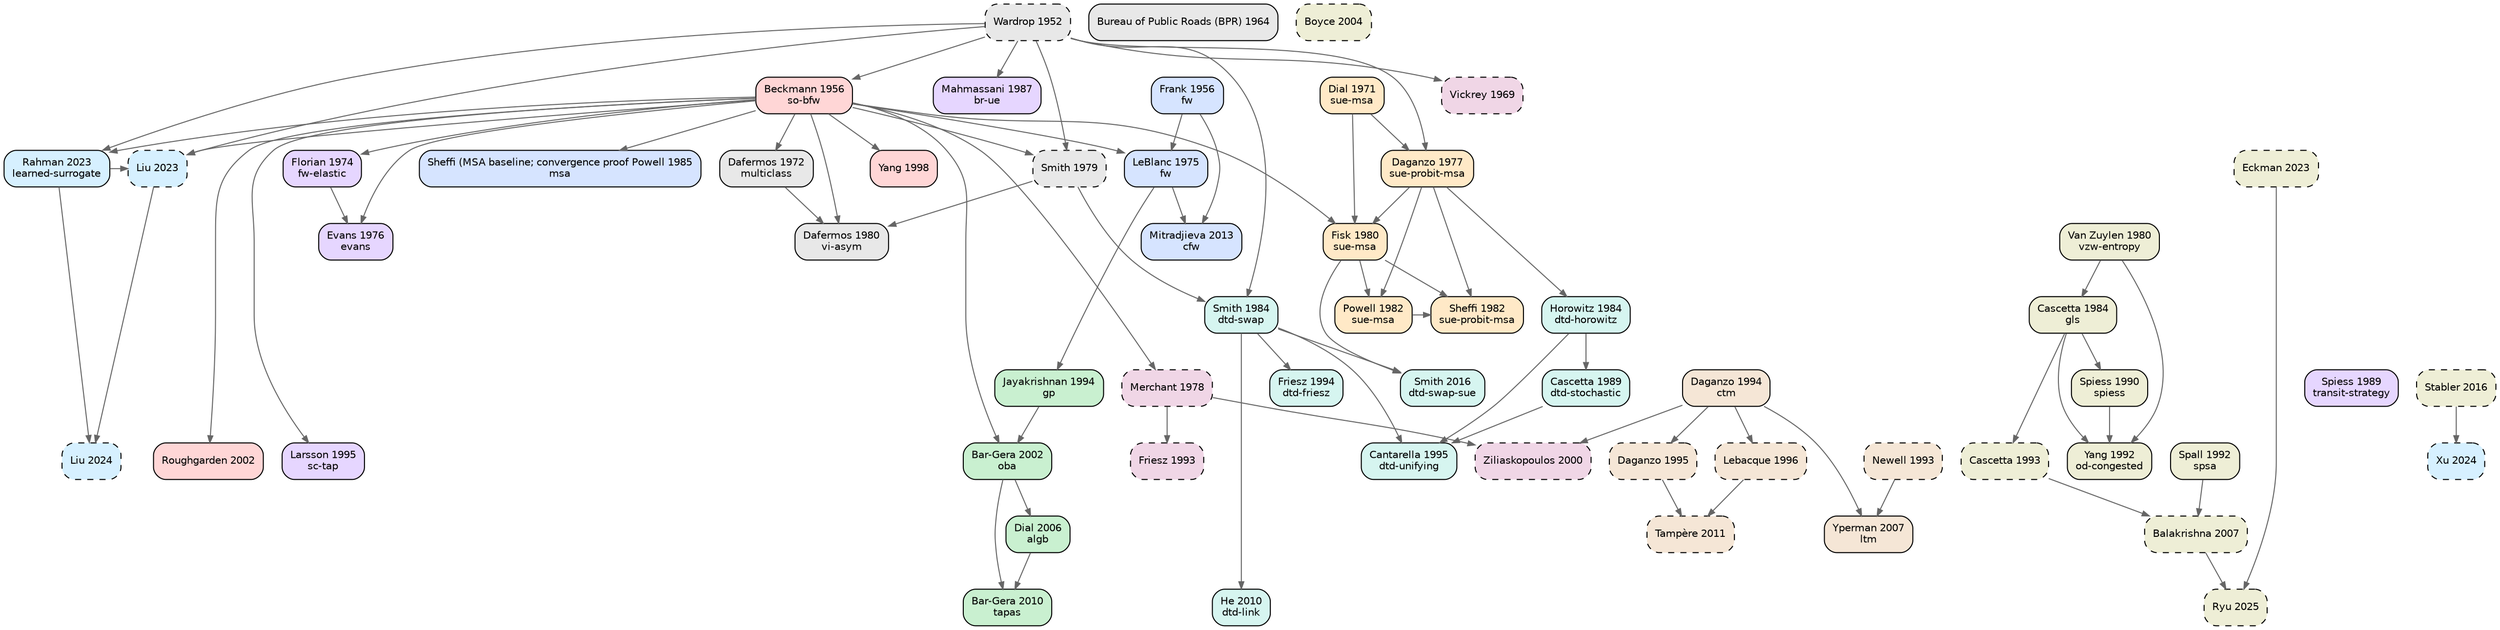
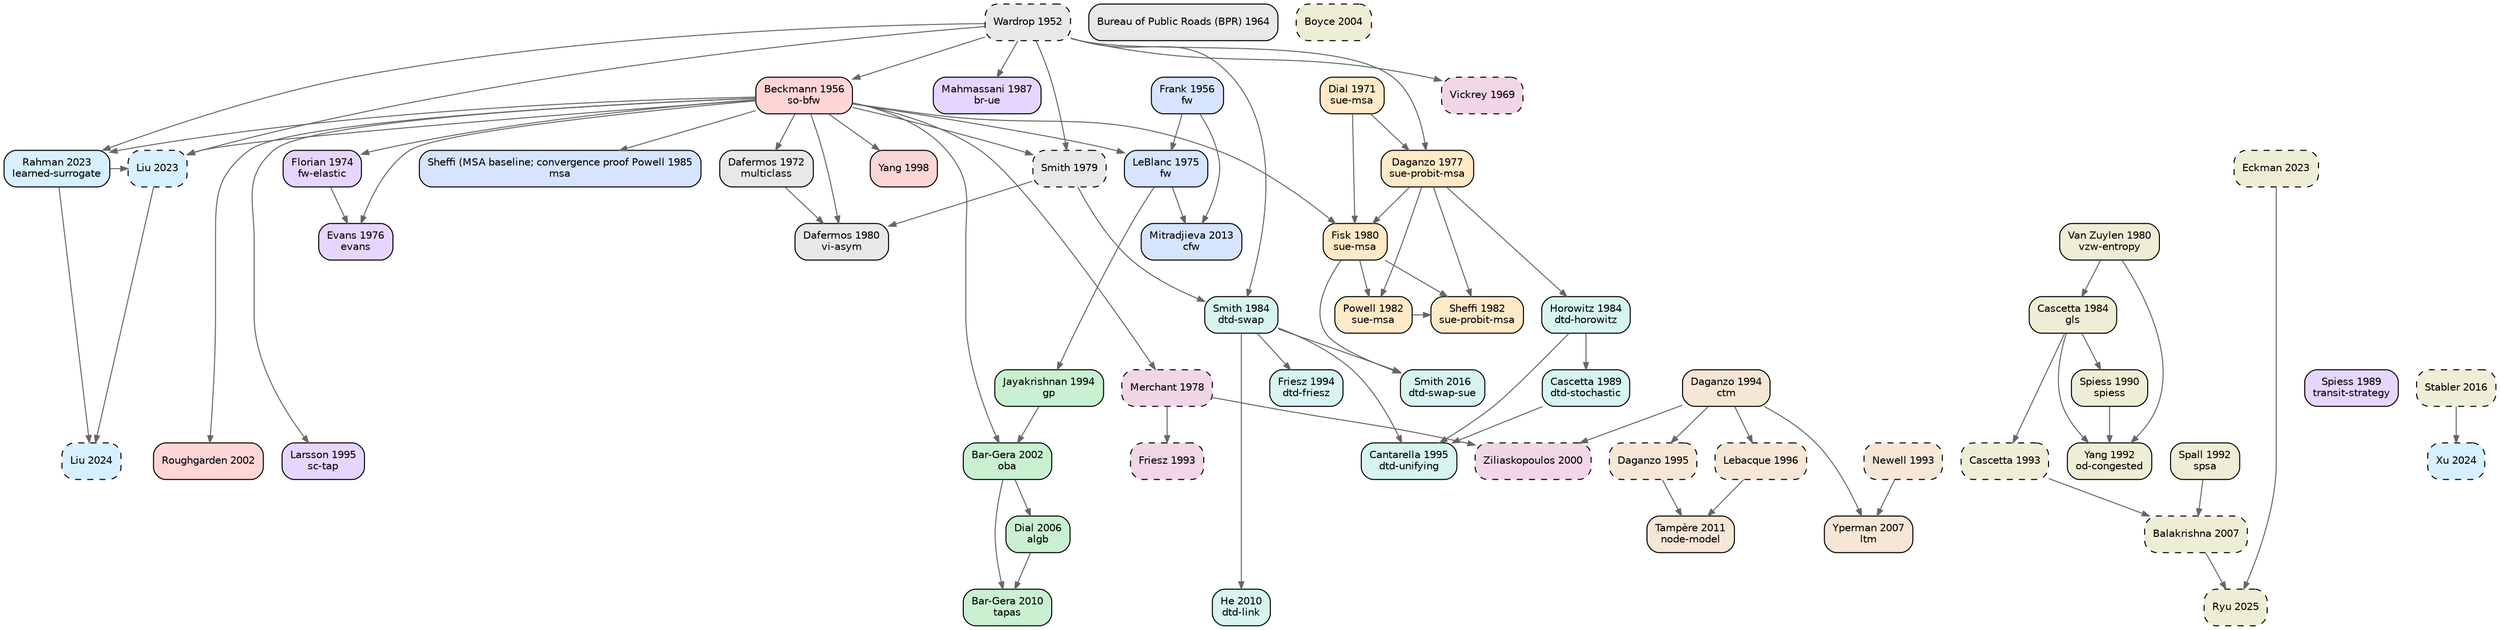
digraph TA_evolution {
  rankdir=TB; node [shape=box,style="rounded,filled",fontname="Helvetica",fontsize=10];
  edge [color="#666666",arrowsize=0.7];
  { rank=same; "wardrop1952some" }
  { rank=same; "frank1956algorithm" "beckmann1956studies" }
  { rank=same; "bpr1964traffic" }
  { rank=same; "vickrey1969congestion" }
  { rank=same; "dial1971probabilistic" }
  { rank=same; "dafermos1972traffic" }
  { rank=same; "florian1974method" }
  { rank=same; "leblanc1975efficient" }
  { rank=same; "evans1976derivation" }
  { rank=same; "daganzo1977stochastic" }
  { rank=same; "merchant1978model" }
  { rank=same; "smith1979existence" }
  { rank=same; "dafermos1980traffic" "fisk1980some" "vanzuylen1980most" }
  { rank=same; "powell1982convergence" "sheffi1982algorithm" }
  { rank=same; "horowitz1984stability" "smith1984stability" "cascetta1984estimation" }
  { rank=same; "sheffi1985urban" }
  { rank=same; "mahmassani1987on" }
  { rank=same; "spiess1989optimal" "cascetta1989stochastic" }
  { rank=same; "spiess1990gradient" }
  { rank=same; "spall1992multivariate" "yang1992estimation" }
  { rank=same; "newell1993simplified" "friesz1993variational" "cascetta1993dynamic" }
  { rank=same; "jayakrishnan1994faster" "friesz1994daytoday" "daganzo1994cell" }
  { rank=same; "larsson1995augmented" "cantarella1995dynamic" "daganzo1995cell" }
  { rank=same; "lebacque1996godunov" }
  { rank=same; "yang1998principle" }
  { rank=same; "ziliaskopoulos2000linear" }
  { rank=same; "bargera2002origin" "roughgarden2002how" }
  { rank=same; "boyce2004convergence" }
  { rank=same; "dial2006path" }
  { rank=same; "yperman2007link" "balakrishna2007offline" }
  { rank=same; "bargera2010traffic" "he2010linkbased" }
  { rank=same; "tampere2011generic" }
  { rank=same; "mitradjieva2013stiff" }
  { rank=same; "smith2016routeswapping" "stabler2016transportation" }
  { rank=same; "liu2023end" "rahman2023data" "eckman2023simopt" }
  { rank=same; "liu2024end" "xu2024unified" }
  { rank=same; "ryu2025bo4mob" }
  "wardrop1952some" [label="Wardrop 1952\n",fillcolor="#e8e8e8",style="rounded,filled,dashed"];
  "bpr1964traffic" [label="Bureau of Public Roads (BPR) 1964\n",fillcolor="#e8e8e8",style="rounded,filled"];
  "dafermos1972traffic" [label="Dafermos 1972\nmulticlass",fillcolor="#e8e8e8",style="rounded,filled"];
  "smith1979existence" [label="Smith 1979\n",fillcolor="#e8e8e8",style="rounded,filled,dashed"];
  "dafermos1980traffic" [label="Dafermos 1980\nvi-asym",fillcolor="#e8e8e8",style="rounded,filled"];
  "frank1956algorithm" [label="Frank 1956\nfw",fillcolor="#d6e4ff",style="rounded,filled"];
  "leblanc1975efficient" [label="LeBlanc 1975\nfw",fillcolor="#d6e4ff",style="rounded,filled"];
  "sheffi1985urban" [label="Sheffi (MSA baseline; convergence proof Powell 1985\nmsa",fillcolor="#d6e4ff",style="rounded,filled"];
  "mitradjieva2013stiff" [label="Mitradjieva 2013\ncfw",fillcolor="#d6e4ff",style="rounded,filled"];
  "jayakrishnan1994faster" [label="Jayakrishnan 1994\ngp",fillcolor="#c9f0d0",style="rounded,filled"];
  "bargera2002origin" [label="Bar-Gera 2002\noba",fillcolor="#c9f0d0",style="rounded,filled"];
  "dial2006path" [label="Dial 2006\nalgb",fillcolor="#c9f0d0",style="rounded,filled"];
  "bargera2010traffic" [label="Bar-Gera 2010\ntapas",fillcolor="#c9f0d0",style="rounded,filled"];
  "dial1971probabilistic" [label="Dial 1971\nsue-msa",fillcolor="#ffe9c7",style="rounded,filled"];
  "daganzo1977stochastic" [label="Daganzo 1977\nsue-probit-msa",fillcolor="#ffe9c7",style="rounded,filled"];
  "fisk1980some" [label="Fisk 1980\nsue-msa",fillcolor="#ffe9c7",style="rounded,filled"];
  "powell1982convergence" [label="Powell 1982\nsue-msa",fillcolor="#ffe9c7",style="rounded,filled"];
  "sheffi1982algorithm" [label="Sheffi 1982\nsue-probit-msa",fillcolor="#ffe9c7",style="rounded,filled"];
  "beckmann1956studies" [label="Beckmann 1956\nso-bfw",fillcolor="#ffd6d6",style="rounded,filled"];
  "yang1998principle" [label="Yang 1998\n",fillcolor="#ffd6d6",style="rounded,filled"];
  "roughgarden2002how" [label="Roughgarden 2002\n",fillcolor="#ffd6d6",style="rounded,filled"];
  "florian1974method" [label="Florian 1974\nfw-elastic",fillcolor="#e6d6ff",style="rounded,filled"];
  "evans1976derivation" [label="Evans 1976\nevans",fillcolor="#e6d6ff",style="rounded,filled"];
  "mahmassani1987on" [label="Mahmassani 1987\nbr-ue",fillcolor="#e6d6ff",style="rounded,filled"];
  "spiess1989optimal" [label="Spiess 1989\ntransit-strategy",fillcolor="#e6d6ff",style="rounded,filled"];
  "larsson1995augmented" [label="Larsson 1995\nsc-tap",fillcolor="#e6d6ff",style="rounded,filled"];
  "horowitz1984stability" [label="Horowitz 1984\ndtd-horowitz",fillcolor="#d6f5f0",style="rounded,filled"];
  "smith1984stability" [label="Smith 1984\ndtd-swap",fillcolor="#d6f5f0",style="rounded,filled"];
  "cascetta1989stochastic" [label="Cascetta 1989\ndtd-stochastic",fillcolor="#d6f5f0",style="rounded,filled"];
  "friesz1994daytoday" [label="Friesz 1994\ndtd-friesz",fillcolor="#d6f5f0",style="rounded,filled"];
  "cantarella1995dynamic" [label="Cantarella 1995\ndtd-unifying",fillcolor="#d6f5f0",style="rounded,filled"];
  "he2010linkbased" [label="He 2010\ndtd-link",fillcolor="#d6f5f0",style="rounded,filled"];
  "smith2016routeswapping" [label="Smith 2016\ndtd-swap-sue",fillcolor="#d6f5f0",style="rounded,filled"];
  "newell1993simplified" [label="Newell 1993\n",fillcolor="#f5e6d6",style="rounded,filled,dashed"];
  "daganzo1994cell" [label="Daganzo 1994\nctm",fillcolor="#f5e6d6",style="rounded,filled"];
  "daganzo1995cell" [label="Daganzo 1995\n",fillcolor="#f5e6d6",style="rounded,filled,dashed"];
  "lebacque1996godunov" [label="Lebacque 1996\n",fillcolor="#f5e6d6",style="rounded,filled,dashed"];
  "yperman2007link" [label="Yperman 2007\nltm",fillcolor="#f5e6d6",style="rounded,filled"];
-   "tampere2011generic" [label="Tampère 2011\n",fillcolor="#f5e6d6",style="rounded,filled,dashed"];
+   "tampere2011generic" [label="Tampère 2011\nnode-model",fillcolor="#f5e6d6",style="rounded,filled"];
  "vickrey1969congestion" [label="Vickrey 1969\n",fillcolor="#f0d6e6",style="rounded,filled,dashed"];
  "merchant1978model" [label="Merchant 1978\n",fillcolor="#f0d6e6",style="rounded,filled,dashed"];
  "friesz1993variational" [label="Friesz 1993\n",fillcolor="#f0d6e6",style="rounded,filled,dashed"];
  "ziliaskopoulos2000linear" [label="Ziliaskopoulos 2000\n",fillcolor="#f0d6e6",style="rounded,filled,dashed"];
  "liu2023end" [label="Liu 2023\n",fillcolor="#d6f0ff",style="rounded,filled,dashed"];
  "rahman2023data" [label="Rahman 2023\nlearned-surrogate",fillcolor="#d6f0ff",style="rounded,filled"];
  "liu2024end" [label="Liu 2024\n",fillcolor="#d6f0ff",style="rounded,filled,dashed"];
  "xu2024unified" [label="Xu 2024\n",fillcolor="#d6f0ff",style="rounded,filled,dashed"];
  "vanzuylen1980most" [label="Van Zuylen 1980\nvzw-entropy",fillcolor="#eeeed6",style="rounded,filled"];
  "cascetta1984estimation" [label="Cascetta 1984\ngls",fillcolor="#eeeed6",style="rounded,filled"];
  "spiess1990gradient" [label="Spiess 1990\nspiess",fillcolor="#eeeed6",style="rounded,filled"];
  "spall1992multivariate" [label="Spall 1992\nspsa",fillcolor="#eeeed6",style="rounded,filled"];
  "yang1992estimation" [label="Yang 1992\nod-congested",fillcolor="#eeeed6",style="rounded,filled"];
  "cascetta1993dynamic" [label="Cascetta 1993\n",fillcolor="#eeeed6",style="rounded,filled,dashed"];
  "boyce2004convergence" [label="Boyce 2004\n",fillcolor="#eeeed6",style="rounded,filled,dashed"];
  "balakrishna2007offline" [label="Balakrishna 2007\n",fillcolor="#eeeed6",style="rounded,filled,dashed"];
  "stabler2016transportation" [label="Stabler 2016\n",fillcolor="#eeeed6",style="rounded,filled,dashed"];
  "eckman2023simopt" [label="Eckman 2023\n",fillcolor="#eeeed6",style="rounded,filled,dashed"];
  "ryu2025bo4mob" [label="Ryu 2025\n",fillcolor="#eeeed6",style="rounded,filled,dashed"];
  "beckmann1956studies" -> "dafermos1972traffic";
  "wardrop1952some" -> "smith1979existence";
  "beckmann1956studies" -> "smith1979existence";
  "smith1979existence" -> "dafermos1980traffic";
  "beckmann1956studies" -> "dafermos1980traffic";
  "dafermos1972traffic" -> "dafermos1980traffic";
  "frank1956algorithm" -> "leblanc1975efficient";
  "beckmann1956studies" -> "leblanc1975efficient";
  "beckmann1956studies" -> "sheffi1985urban";
  "leblanc1975efficient" -> "mitradjieva2013stiff";
  "frank1956algorithm" -> "mitradjieva2013stiff";
  "leblanc1975efficient" -> "jayakrishnan1994faster";
  "jayakrishnan1994faster" -> "bargera2002origin";
  "beckmann1956studies" -> "bargera2002origin";
  "bargera2002origin" -> "dial2006path";
  "dial2006path" -> "bargera2010traffic";
  "bargera2002origin" -> "bargera2010traffic";
  "dial1971probabilistic" -> "daganzo1977stochastic";
  "wardrop1952some" -> "daganzo1977stochastic";
  "daganzo1977stochastic" -> "fisk1980some";
  "dial1971probabilistic" -> "fisk1980some";
  "beckmann1956studies" -> "fisk1980some";
  "fisk1980some" -> "powell1982convergence";
  "daganzo1977stochastic" -> "powell1982convergence";
  "daganzo1977stochastic" -> "sheffi1982algorithm";
  "powell1982convergence" -> "sheffi1982algorithm";
  "fisk1980some" -> "sheffi1982algorithm";
  "wardrop1952some" -> "beckmann1956studies";
  "beckmann1956studies" -> "yang1998principle";
  "beckmann1956studies" -> "roughgarden2002how";
  "beckmann1956studies" -> "florian1974method";
  "beckmann1956studies" -> "evans1976derivation";
  "florian1974method" -> "evans1976derivation";
  "wardrop1952some" -> "mahmassani1987on";
  "beckmann1956studies" -> "larsson1995augmented";
  "daganzo1977stochastic" -> "horowitz1984stability";
  "smith1979existence" -> "smith1984stability";
  "wardrop1952some" -> "smith1984stability";
  "horowitz1984stability" -> "cascetta1989stochastic";
  "smith1984stability" -> "friesz1994daytoday";
  "cascetta1989stochastic" -> "cantarella1995dynamic";
  "smith1984stability" -> "cantarella1995dynamic";
  "horowitz1984stability" -> "cantarella1995dynamic";
  "smith1984stability" -> "he2010linkbased";
  "smith1984stability" -> "smith2016routeswapping";
  "fisk1980some" -> "smith2016routeswapping";
  "daganzo1994cell" -> "daganzo1995cell";
  "daganzo1994cell" -> "lebacque1996godunov";
  "newell1993simplified" -> "yperman2007link";
  "daganzo1994cell" -> "yperman2007link";
  "daganzo1995cell" -> "tampere2011generic";
  "lebacque1996godunov" -> "tampere2011generic";
  "wardrop1952some" -> "vickrey1969congestion";
  "beckmann1956studies" -> "merchant1978model";
  "merchant1978model" -> "friesz1993variational";
  "merchant1978model" -> "ziliaskopoulos2000linear";
  "daganzo1994cell" -> "ziliaskopoulos2000linear";
  "rahman2023data" -> "liu2023end";
  "beckmann1956studies" -> "liu2023end";
  "wardrop1952some" -> "liu2023end";
  "wardrop1952some" -> "rahman2023data";
  "beckmann1956studies" -> "rahman2023data";
  "rahman2023data" -> "liu2024end";
  "liu2023end" -> "liu2024end";
  "stabler2016transportation" -> "xu2024unified";
  "vanzuylen1980most" -> "cascetta1984estimation";
  "cascetta1984estimation" -> "spiess1990gradient";
  "cascetta1984estimation" -> "yang1992estimation";
  "spiess1990gradient" -> "yang1992estimation";
  "vanzuylen1980most" -> "yang1992estimation";
  "cascetta1984estimation" -> "cascetta1993dynamic";
  "spall1992multivariate" -> "balakrishna2007offline";
  "cascetta1993dynamic" -> "balakrishna2007offline";
  "eckman2023simopt" -> "ryu2025bo4mob";
  "balakrishna2007offline" -> "ryu2025bo4mob";
}
